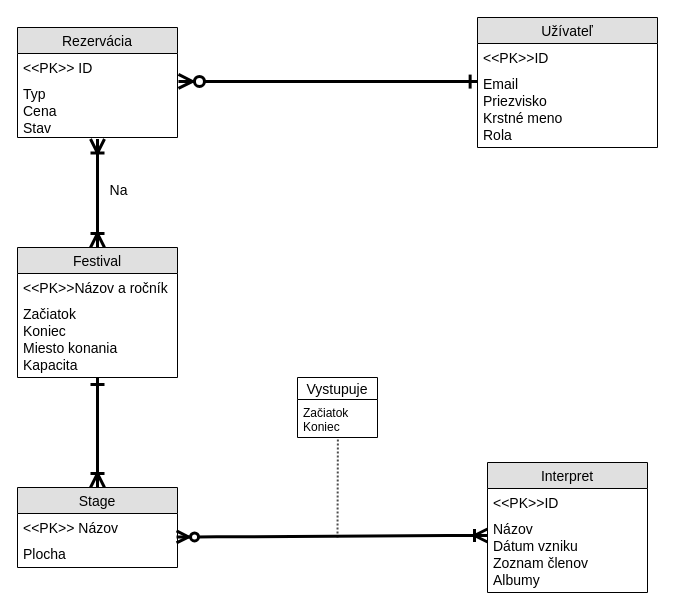
Above: IIS ERD.drawio in Sevin556/IIS-Project (draw.io), before the change. Source tidied: cells renumbered, new cells numbered last; positions are measured from the earlier drawing's top-left corner, leaving out a move shared by most shapes. Both pictures are drawn from the tidied source at 100%, with x=0, y=0 at pixel (17, 17).
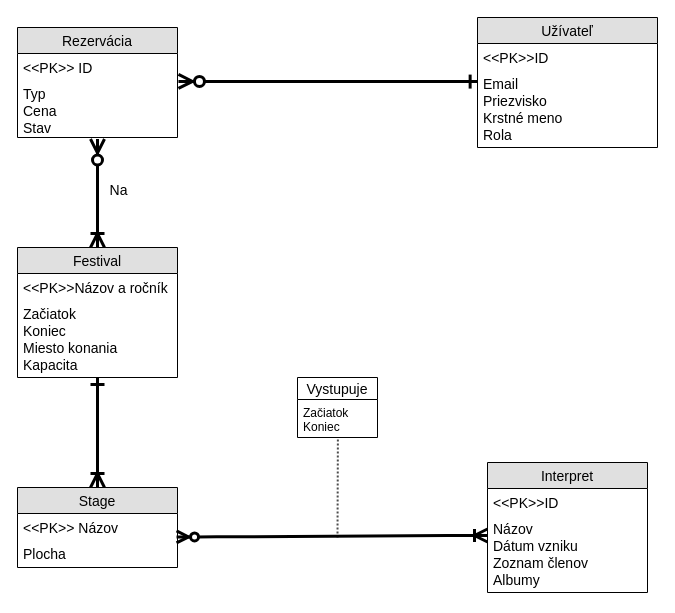
Above is the later version.

Unchanged cells that the change refers to:
```xml
<mxCell id="12" value="Typ&#10;Cena&#10;Stav" style="text;strokeColor=none;fillColor=none;spacingLeft=4;spacingRight=4;overflow=hidden;points=[[0,0.5],[1,0.5]];portConstraint=eastwest;fontSize=14;" parent="10" vertex="1">
  <mxGeometry y="52" width="160" height="58" as="geometry" />
</mxCell>
<mxCell id="19" value="Festival" style="swimlane;fontStyle=0;horizontal=1;startSize=26;fillColor=#e0e0e0;swimlaneFillColor=#ffffff;align=center;fontSize=14;" parent="1" vertex="1">
  <mxGeometry y="230" width="160" height="130" as="geometry" />
</mxCell>
```

Diff of the diagram source:
```diff
@@
-    <mxCell id="3" style="fontSize=12;html=1;endArrow=ERoneToMany;startArrow=ERoneToMany;strokeWidth=3;endSize=10;startSize=10;entryX=0.5;entryY=0;entryDx=0;entryDy=0;rounded=0;exitX=0.5;exitY=1.026;exitDx=0;exitDy=0;exitPerimeter=0;" parent="1" edge="1" source="12" target="19">
+    <mxCell id="3" style="fontSize=12;html=1;endArrow=ERoneToMany;startArrow=ERzeroToMany;strokeWidth=3;endSize=10;startSize=10;entryX=0.5;entryY=0;entryDx=0;entryDy=0;rounded=0;exitX=0.5;exitY=1.026;exitDx=0;exitDy=0;exitPerimeter=0;startFill=1;" parent="1" edge="1" source="12" target="19">
       <mxGeometry relative="1" as="geometry" />
     </mxCell>
```
